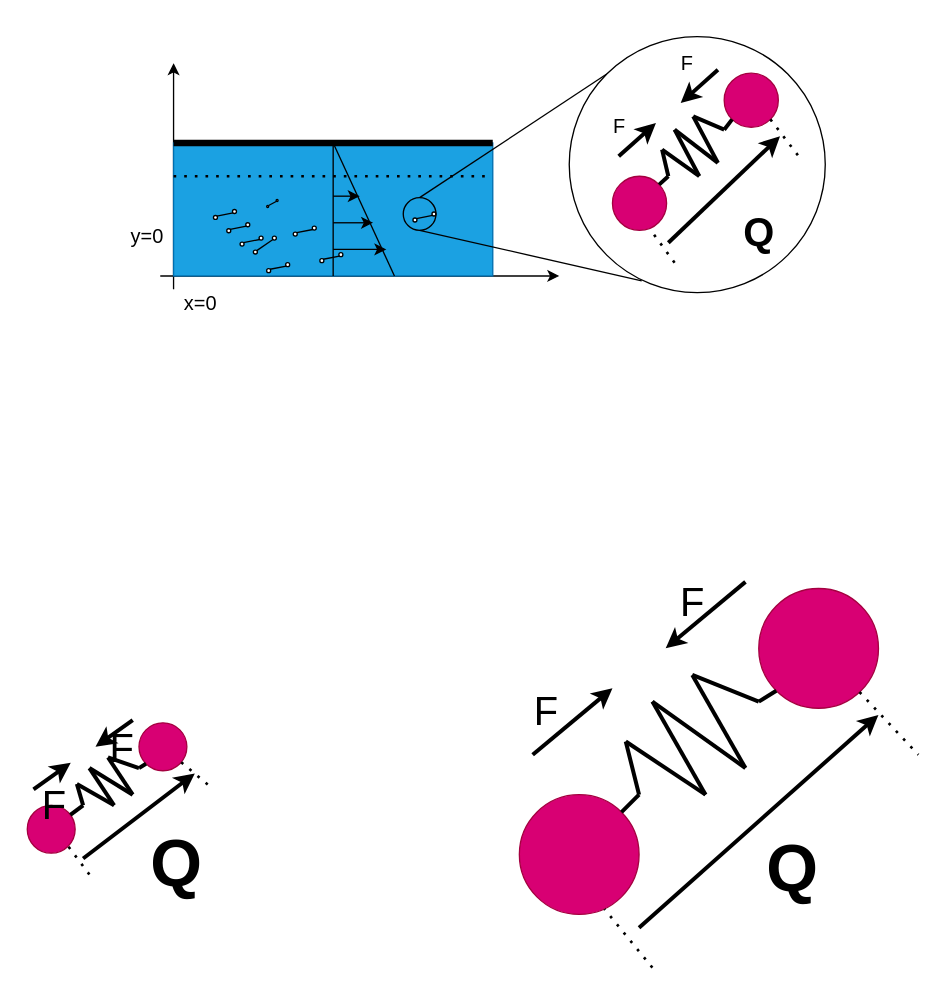
This is fene哑铃.drawio from mauhin/auto, a draw.io file, before an edit. Source tidied: cells renumbered, new cells numbered last; positions are measured from the earlier drawing's top-left corner, leaving out a move shared by most shapes. Both pictures are drawn from the tidied source at 133%, with x=0, y=0 at pixel (27, 23).
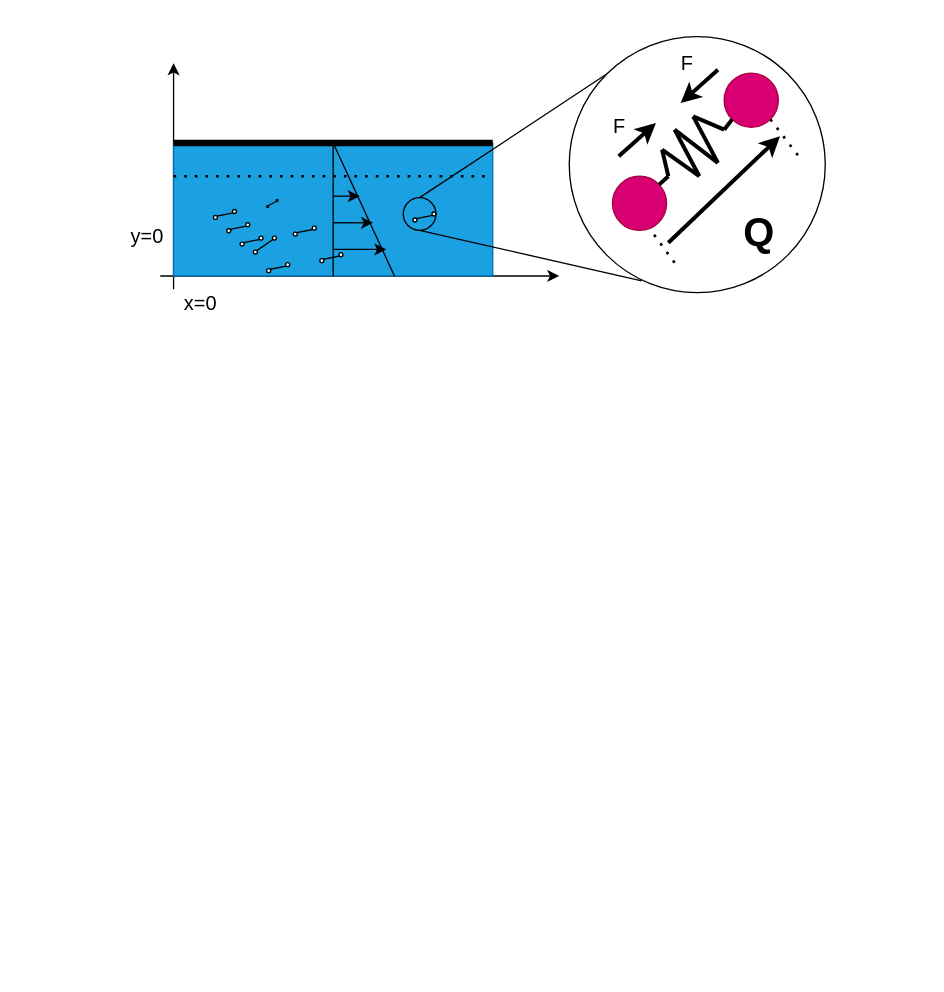
The same diagram, later.

Diff of the diagram source:
```diff
@@
-    <mxCell id="52" style="group;" parent="1" vertex="1">
-      <mxGeometry x="370" y="410" width="300" height="300" as="geometry" />
-    </mxCell>
-    <mxCell id="53" style="ellipse;whiteSpace=wrap;html=1;fillStyle=auto;strokeColor=#A50040;fillColor=#d80073;fontColor=#ffffff;" parent="52" vertex="1">
-      <mxGeometry x="180" y="15" width="90" height="90" as="geometry" />
-    </mxCell>
-    <mxCell id="54" style="ellipse;whiteSpace=wrap;html=1;fillStyle=auto;strokeColor=#A50040;fillColor=#d80073;fontColor=#ffffff;direction=south;" parent="52" vertex="1">
-      <mxGeometry y="170" width="90" height="90" as="geometry" />
-    </mxCell>
-    <mxCell id="55" style="endArrow=none;html=1;rounded=0;strokeWidth=3;entryX=0;entryY=1;entryDx=0;entryDy=0;" parent="52" edge="1" target="53">
-      <mxGeometry relative="1" as="geometry">
-        <mxPoint x="180" y="100" as="sourcePoint" />
-      </mxGeometry>
-    </mxCell>
-    <mxCell id="56" style="endArrow=none;html=1;rounded=0;strokeWidth=3;" parent="52" edge="1">
-      <mxGeometry relative="1" as="geometry">
-        <mxPoint x="130" y="80" as="sourcePoint" />
-        <mxPoint x="180" y="100" as="targetPoint" />
-      </mxGeometry>
-    </mxCell>
-    <mxCell id="57" style="endArrow=none;html=1;rounded=0;strokeWidth=3;" parent="52" edge="1">
-      <mxGeometry relative="1" as="geometry">
-        <mxPoint x="170" y="150" as="sourcePoint" />
-        <mxPoint x="130" y="80" as="targetPoint" />
-      </mxGeometry>
-    </mxCell>
-    <mxCell id="58" style="endArrow=none;html=1;rounded=0;strokeWidth=3;" parent="52" edge="1">
-      <mxGeometry relative="1" as="geometry">
-        <mxPoint x="100" y="100" as="sourcePoint" />
-        <mxPoint x="170" y="150" as="targetPoint" />
-      </mxGeometry>
-    </mxCell>
-    <mxCell id="59" style="endArrow=none;html=1;rounded=0;strokeWidth=3;" parent="52" edge="1">
-      <mxGeometry relative="1" as="geometry">
-        <mxPoint x="140" y="170" as="sourcePoint" />
-        <mxPoint x="100" y="100" as="targetPoint" />
-      </mxGeometry>
-    </mxCell>
-    <mxCell id="60" style="endArrow=none;html=1;rounded=0;strokeWidth=3;" parent="52" edge="1">
-      <mxGeometry relative="1" as="geometry">
-        <mxPoint x="80" y="130" as="sourcePoint" />
-        <mxPoint x="140" y="170" as="targetPoint" />
-      </mxGeometry>
-    </mxCell>
-    <mxCell id="61" style="endArrow=none;html=1;rounded=0;strokeWidth=3;" parent="52" edge="1">
-      <mxGeometry relative="1" as="geometry">
-        <mxPoint x="90" y="170" as="sourcePoint" />
-        <mxPoint x="80" y="130" as="targetPoint" />
-      </mxGeometry>
-    </mxCell>
-    <mxCell id="62" style="endArrow=none;html=1;rounded=0;strokeWidth=3;" parent="52" edge="1" source="54">
-      <mxGeometry relative="1" as="geometry">
-        <mxPoint x="90" y="170" as="targetPoint" />
-      </mxGeometry>
-    </mxCell>
-    <mxCell id="63" style="endArrow=classic;html=1;rounded=0;strokeWidth=3;" parent="52" edge="1">
-      <mxGeometry relative="1" as="geometry">
-        <mxPoint x="90" y="270" as="sourcePoint" />
-        <mxPoint x="270" y="110" as="targetPoint" />
-      </mxGeometry>
-    </mxCell>
-    <mxCell id="64" style="endArrow=none;dashed=1;html=1;dashPattern=1 3;strokeWidth=2;rounded=0;" parent="52" edge="1" source="53">
-      <mxGeometry relative="1" as="geometry">
-        <mxPoint x="300" y="140" as="targetPoint" />
-      </mxGeometry>
-    </mxCell>
-    <mxCell id="65" style="endArrow=none;dashed=1;html=1;dashPattern=1 3;strokeWidth=2;rounded=0;entryX=0.956;entryY=0.289;entryDx=0;entryDy=0;entryPerimeter=0;" parent="52" edge="1" target="54">
-      <mxGeometry relative="1" as="geometry">
-        <mxPoint x="100" y="300" as="sourcePoint" />
-      </mxGeometry>
-    </mxCell>
-    <mxCell id="66" value="&lt;b&gt;&lt;font style=&quot;font-size: 50px;&quot;&gt;Q&lt;/font&gt;&lt;/b&gt;" style="text;html=1;align=center;verticalAlign=middle;strokeColor=none;fillColor=none;" parent="52" vertex="1">
-      <mxGeometry x="175" y="190" width="60" height="70" as="geometry" />
-    </mxCell>
-    <mxCell id="67" style="endArrow=classic;html=1;rounded=0;strokeWidth=3;fontSize=50;" parent="52" edge="1">
-      <mxGeometry relative="1" as="geometry">
-        <mxPoint x="10" y="140" as="sourcePoint" />
-        <mxPoint x="70" y="90" as="targetPoint" />
-      </mxGeometry>
-    </mxCell>
-    <mxCell id="68" style="endArrow=classic;html=1;rounded=0;strokeWidth=3;fontSize=50;" parent="52" edge="1">
-      <mxGeometry relative="1" as="geometry">
-        <mxPoint x="170" y="10" as="sourcePoint" />
-        <mxPoint x="110" y="60" as="targetPoint" />
-      </mxGeometry>
-    </mxCell>
-    <mxCell id="69" value="&lt;font style=&quot;font-size: 30px;&quot;&gt;F&lt;/font&gt;" style="text;html=1;align=center;verticalAlign=middle;strokeColor=none;fillColor=none;fontSize=50;" parent="52" vertex="1">
-      <mxGeometry y="65" width="40" height="70" as="geometry" />
-    </mxCell>
-    <mxCell id="70" value="F" style="text;html=1;align=center;verticalAlign=middle;strokeColor=none;fillColor=none;fontSize=30;" parent="52" vertex="1">
-      <mxGeometry x="110" width="40" height="50" as="geometry" />
-    </mxCell>
-    <mxCell id="71" style="group;" parent="1" vertex="1">
-      <mxGeometry y="520" width="140" height="120" as="geometry" />
-    </mxCell>
-    <mxCell id="72" style="ellipse;whiteSpace=wrap;html=1;fillStyle=auto;strokeColor=#A50040;fillColor=#d80073;fontColor=#ffffff;" parent="71" vertex="1">
-      <mxGeometry x="84" y="6" width="36" height="36" as="geometry" />
-    </mxCell>
-    <mxCell id="73" style="ellipse;whiteSpace=wrap;html=1;fillStyle=auto;strokeColor=#A50040;fillColor=#d80073;fontColor=#ffffff;direction=south;" parent="71" vertex="1">
-      <mxGeometry y="68" width="36" height="36" as="geometry" />
-    </mxCell>
-    <mxCell id="74" style="endArrow=none;html=1;rounded=0;strokeWidth=3;entryX=0;entryY=1;entryDx=0;entryDy=0;" parent="71" edge="1" target="72">
-      <mxGeometry relative="1" as="geometry">
-        <mxPoint x="84" y="40" as="sourcePoint" />
-      </mxGeometry>
-    </mxCell>
-    <mxCell id="75" style="endArrow=none;html=1;rounded=0;strokeWidth=3;" parent="71" edge="1">
-      <mxGeometry relative="1" as="geometry">
-        <mxPoint x="60.7" y="32" as="sourcePoint" />
-        <mxPoint x="84" y="40" as="targetPoint" />
-      </mxGeometry>
-    </mxCell>
-    <mxCell id="76" style="endArrow=none;html=1;rounded=0;strokeWidth=3;" parent="71" edge="1">
-      <mxGeometry relative="1" as="geometry">
-        <mxPoint x="79.3" y="60" as="sourcePoint" />
-        <mxPoint x="60.7" y="32" as="targetPoint" />
-      </mxGeometry>
-    </mxCell>
-    <mxCell id="77" style="endArrow=none;html=1;rounded=0;strokeWidth=3;" parent="71" edge="1">
-      <mxGeometry relative="1" as="geometry">
-        <mxPoint x="46.7" y="40" as="sourcePoint" />
-        <mxPoint x="79.3" y="60" as="targetPoint" />
-      </mxGeometry>
-    </mxCell>
-    <mxCell id="78" style="endArrow=none;html=1;rounded=0;strokeWidth=3;" parent="71" edge="1">
-      <mxGeometry relative="1" as="geometry">
-        <mxPoint x="65.3" y="68" as="sourcePoint" />
-        <mxPoint x="46.7" y="40" as="targetPoint" />
-      </mxGeometry>
-    </mxCell>
-    <mxCell id="79" style="endArrow=none;html=1;rounded=0;strokeWidth=3;" parent="71" edge="1">
-      <mxGeometry relative="1" as="geometry">
-        <mxPoint x="37.3" y="52" as="sourcePoint" />
-        <mxPoint x="65.3" y="68" as="targetPoint" />
-      </mxGeometry>
-    </mxCell>
-    <mxCell id="80" style="endArrow=none;html=1;rounded=0;strokeWidth=3;" parent="71" edge="1">
-      <mxGeometry relative="1" as="geometry">
-        <mxPoint x="42" y="68" as="sourcePoint" />
-        <mxPoint x="37.3" y="52" as="targetPoint" />
-      </mxGeometry>
-    </mxCell>
-    <mxCell id="81" style="endArrow=none;html=1;rounded=0;strokeWidth=3;" parent="71" edge="1" source="73">
-      <mxGeometry relative="1" as="geometry">
-        <mxPoint x="42" y="68" as="targetPoint" />
-      </mxGeometry>
-    </mxCell>
-    <mxCell id="82" style="endArrow=classic;html=1;rounded=0;strokeWidth=3;" parent="71" edge="1">
-      <mxGeometry relative="1" as="geometry">
-        <mxPoint x="42" y="108" as="sourcePoint" />
-        <mxPoint x="126" y="44" as="targetPoint" />
-      </mxGeometry>
-    </mxCell>
-    <mxCell id="83" style="endArrow=none;dashed=1;html=1;dashPattern=1 3;strokeWidth=2;rounded=0;" parent="71" edge="1" source="72">
-      <mxGeometry relative="1" as="geometry">
-        <mxPoint x="140" y="56" as="targetPoint" />
-      </mxGeometry>
-    </mxCell>
-    <mxCell id="84" style="endArrow=none;dashed=1;html=1;dashPattern=1 3;strokeWidth=2;rounded=0;entryX=1;entryY=0;entryDx=0;entryDy=0;" parent="71" edge="1" target="73">
-      <mxGeometry relative="1" as="geometry">
-        <mxPoint x="46.7" y="120" as="sourcePoint" />
-      </mxGeometry>
-    </mxCell>
-    <mxCell id="85" value="&lt;b&gt;&lt;font style=&quot;font-size: 50px;&quot;&gt;Q&lt;/font&gt;&lt;/b&gt;" style="text;html=1;align=center;verticalAlign=middle;strokeColor=none;fillColor=none;" parent="71" vertex="1">
-      <mxGeometry x="81.7" y="76" width="60" height="70" as="geometry" />
-    </mxCell>
-    <mxCell id="86" style="endArrow=classic;html=1;rounded=0;strokeWidth=3;fontSize=50;" parent="71" edge="1">
-      <mxGeometry relative="1" as="geometry">
-        <mxPoint x="4.7" y="56" as="sourcePoint" />
-        <mxPoint x="32.7" y="36" as="targetPoint" />
-      </mxGeometry>
-    </mxCell>
-    <mxCell id="87" style="endArrow=classic;html=1;rounded=0;strokeWidth=3;fontSize=50;" parent="71" edge="1">
-      <mxGeometry relative="1" as="geometry">
-        <mxPoint x="79.3" y="4" as="sourcePoint" />
-        <mxPoint x="51.3" y="24" as="targetPoint" />
-      </mxGeometry>
-    </mxCell>
-    <mxCell id="88" value="&lt;font style=&quot;font-size: 30px;&quot;&gt;F&lt;/font&gt;" style="text;html=1;align=center;verticalAlign=middle;strokeColor=none;fillColor=none;fontSize=50;" parent="71" vertex="1">
-      <mxGeometry y="26" width="40" height="70" as="geometry" />
-    </mxCell>
-    <mxCell id="89" value="F" style="text;html=1;align=center;verticalAlign=middle;strokeColor=none;fillColor=none;fontSize=30;" parent="71" vertex="1">
-      <mxGeometry x="51.3" width="40" height="50" as="geometry" />
-    </mxCell>
```
